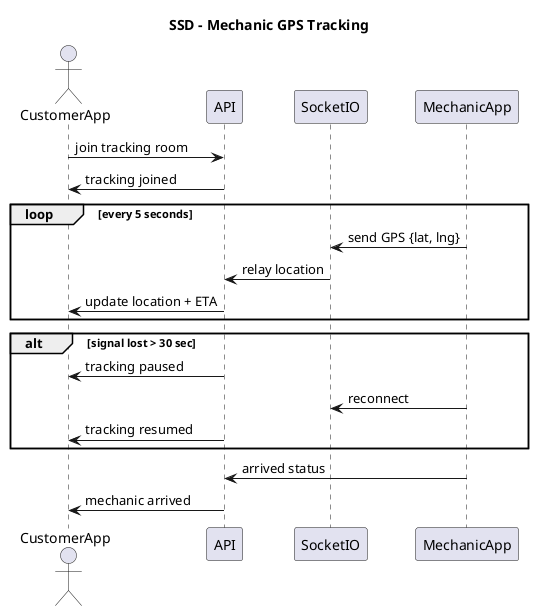
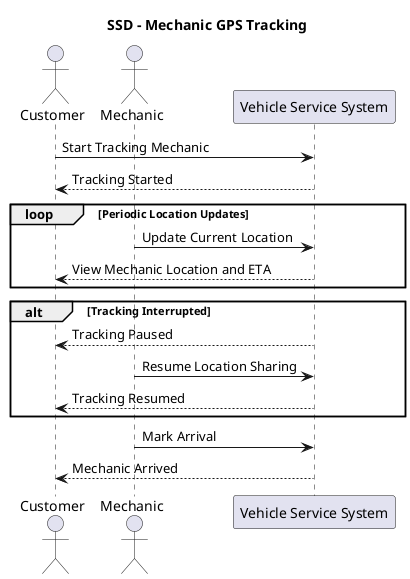
@startuml
title SSD - Mechanic GPS Tracking

- actor CustomerApp
- participant API
- participant SocketIO
- participant MechanicApp
+ actor Customer
+ actor Mechanic

- CustomerApp -> API : join tracking room
+ participant "Vehicle Service System" as System

- API -> CustomerApp : tracking joined
+ Customer -> System : Start Tracking Mechanic

- loop every 5 seconds
-     MechanicApp -> SocketIO : send GPS {lat, lng}
-     SocketIO -> API : relay location
-     API -> CustomerApp : update location + ETA
+ System --> Customer : Tracking Started
+ 
+ loop Periodic Location Updates
+     Mechanic -> System : Update Current Location
+     System --> Customer : View Mechanic Location and ETA
end

- alt signal lost > 30 sec
-     API -> CustomerApp : tracking paused
-     MechanicApp -> SocketIO : reconnect
-     API -> CustomerApp : tracking resumed
+ alt Tracking Interrupted
+     System --> Customer : Tracking Paused
+     Mechanic -> System : Resume Location Sharing
+     System --> Customer : Tracking Resumed
end

- MechanicApp -> API : arrived status
- API -> CustomerApp : mechanic arrived
+ Mechanic -> System : Mark Arrival

- @enduml+ System --> Customer : Mechanic Arrived
+ 
+ @enduml
